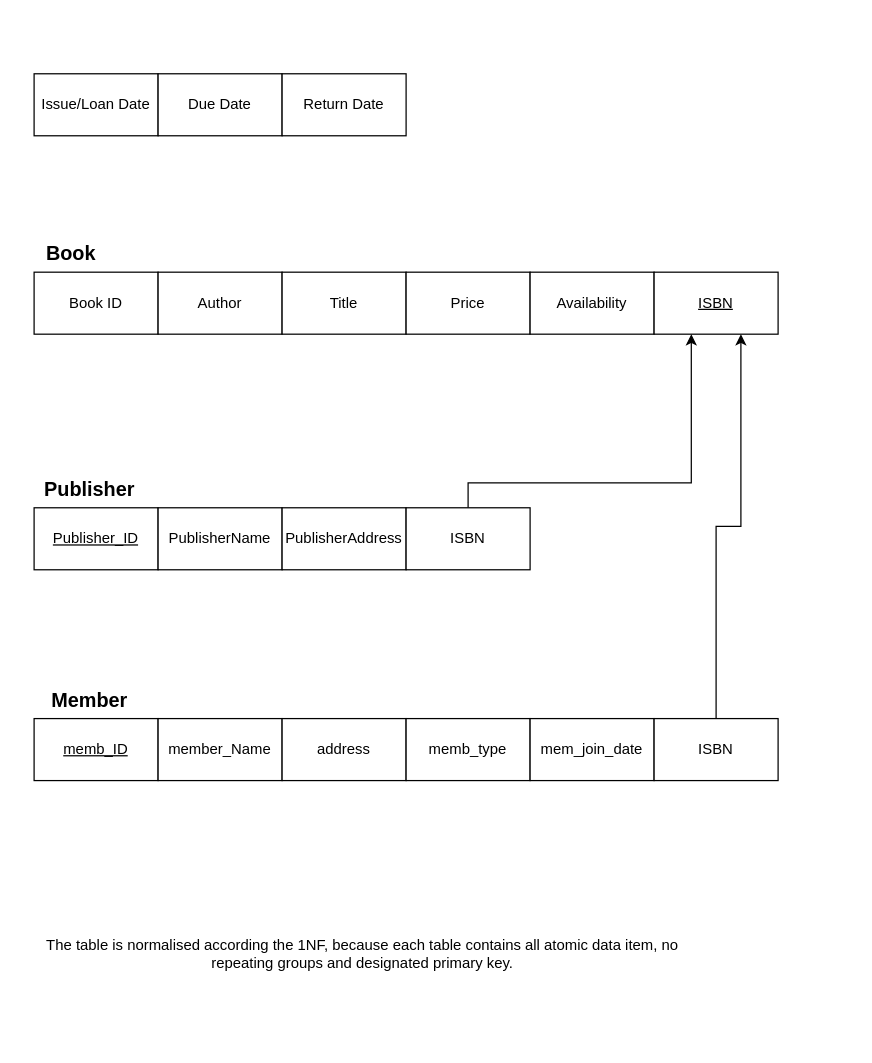
Above: Untitled Diagram.drawio in sergio-oliveira-br/Database (draw.io), before the change. Source tidied: cells renumbered, new cells numbered last; positions are measured from the earlier drawing's top-left corner, leaving out a move shared by most shapes. Both pictures are drawn from the tidied source at 124%, with x=0, y=0 at pixel (21, 73).
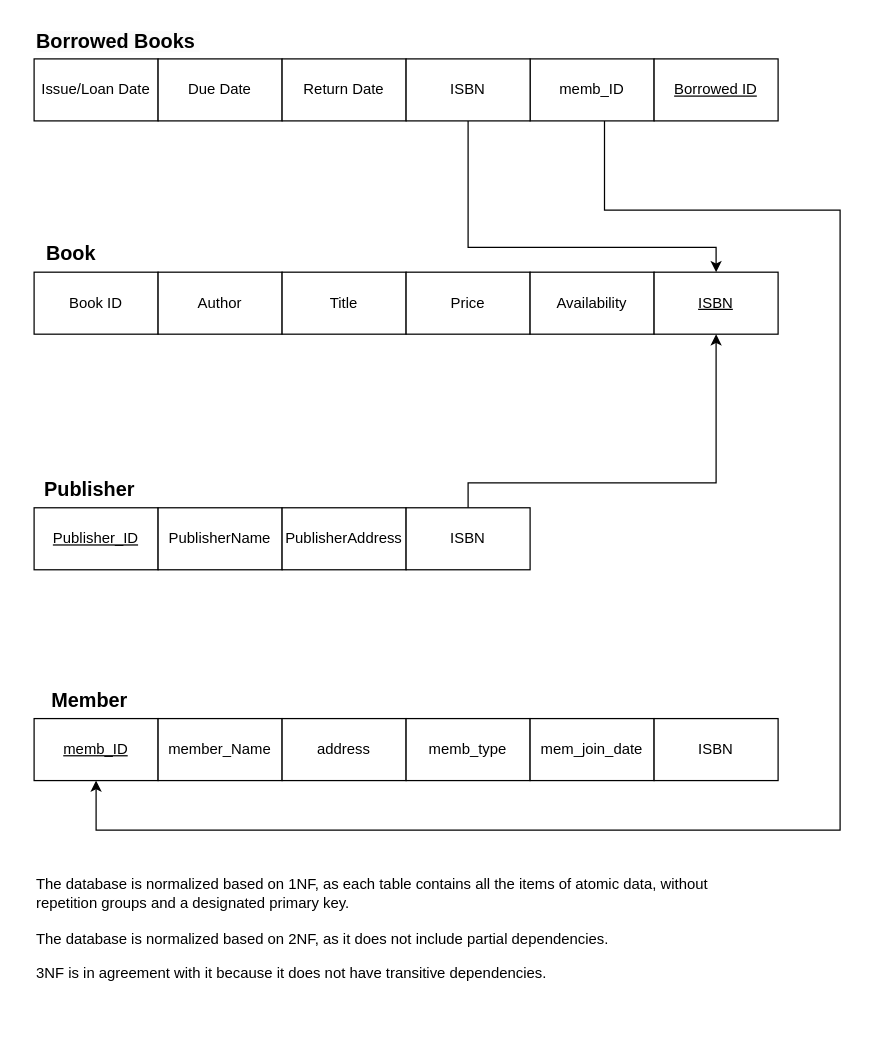
After the change.

Unchanged cells that the change refers to:
```xml
<mxCell id="7" value="ISBN" style="rounded=0;whiteSpace=wrap;html=1;fontStyle=4;" parent="1" vertex="1">
  <mxGeometry x="510" y="160" width="100" height="50" as="geometry" />
</mxCell>
<mxCell id="15" value="ISBN" style="rounded=0;whiteSpace=wrap;html=1;" parent="1" vertex="1">
  <mxGeometry x="310" y="350" width="100" height="50" as="geometry" />
</mxCell>
<mxCell id="16" value="memb_ID" style="rounded=0;whiteSpace=wrap;html=1;fontStyle=4;" parent="1" vertex="1">
  <mxGeometry x="10" y="520" width="100" height="50" as="geometry" />
</mxCell>
<mxCell id="25" value="ISBN" style="rounded=0;whiteSpace=wrap;html=1;" parent="1" vertex="1">
  <mxGeometry x="510" y="520" width="100" height="50" as="geometry" />
</mxCell>
```

The edit, as a diff of the source:
```diff
@@
     <mxCell id="14" style="edgeStyle=orthogonalEdgeStyle;rounded=0;jettySize=auto;html=1;" parent="1" edge="1" source="15" target="7">
       <mxGeometry relative="1" as="geometry">
         <Array as="points">
           <mxPoint x="360" y="330" />
-          <mxPoint x="540" y="330" />
+          <mxPoint x="560" y="330" />
         </Array>
       </mxGeometry>
     </mxCell>
@@
+    <mxCell id="27" style="edgeStyle=orthogonalEdgeStyle;rounded=0;jettySize=auto;html=1;" parent="1" edge="1" source="28" target="16">
+      <mxGeometry relative="1" as="geometry">
+        <Array as="points">
+          <mxPoint x="470" y="110" />
+          <mxPoint x="660" y="110" />
+          <mxPoint x="660" y="610" />
+          <mxPoint x="60" y="610" />
+        </Array>
+      </mxGeometry>
+    </mxCell>
@@
-    <mxCell id="21" value="Issue/Loan Date" style="rounded=0;whiteSpace=wrap;html=1;" parent="1" vertex="1">
-      <mxGeometry x="10" width="100" height="50" as="geometry" />
+    <mxCell id="21" value="Issue/Loan Date" style="rounded=0;whiteSpace=wrap;html=1;fontStyle=0;" parent="1" vertex="1">
+      <mxGeometry x="10" y="-12" width="100" height="50" as="geometry" />
     </mxCell>
     <mxCell id="22" value="Due Date" style="rounded=0;whiteSpace=wrap;html=1;" parent="1" vertex="1">
-      <mxGeometry x="110" width="100" height="50" as="geometry" />
+      <mxGeometry x="110" y="-12" width="100" height="50" as="geometry" />
     </mxCell>
     <mxCell id="23" value="Return Date" style="rounded=0;whiteSpace=wrap;html=1;" parent="1" vertex="1">
-      <mxGeometry x="210" width="100" height="50" as="geometry" />
+      <mxGeometry x="210" y="-12" width="100" height="50" as="geometry" />
     </mxCell>
-    <mxCell id="24" style="edgeStyle=orthogonalEdgeStyle;rounded=0;jettySize=auto;html=1;" parent="1" edge="1" source="25" target="7">
-      <mxGeometry relative="1" as="geometry">
-        <Array as="points">
-          <mxPoint x="560" y="365" />
-          <mxPoint x="580" y="365" />
-        </Array>
-      </mxGeometry>
-    </mxCell>
@@
-    <mxCell id="26" value="The table is normalised according the 1NF, because each table contains all atomic data item, no repeating groups and designated primary key.&lt;br&gt;" style="text;html=1;strokeColor=none;fillColor=none;align=center;verticalAlign=middle;whiteSpace=wrap;rounded=0;" parent="1" vertex="1">
-      <mxGeometry y="640" width="550" height="140" as="geometry" />
+    <mxCell id="26" value="The database is normalized based on 1NF, as each table contains all the items of atomic data, without repetition groups and a designated primary key.&lt;br&gt;&lt;br&gt;The database is normalized based on 2NF, as it does not include partial dependencies.&lt;br&gt;&lt;br&gt;3NF is in agreement with it because it does not have transitive dependencies.&amp;nbsp;" style="text;html=1;strokeColor=none;fillColor=none;align=left;verticalAlign=middle;whiteSpace=wrap;rounded=0;" parent="1" vertex="1">
+      <mxGeometry x="10" y="620" width="550" height="140" as="geometry" />
     </mxCell>
+    <mxCell id="28" value="memb_ID" style="rounded=0;whiteSpace=wrap;html=1;fontStyle=0;" parent="1" vertex="1">
+      <mxGeometry x="410" y="-12" width="100" height="50" as="geometry" />
+    </mxCell>
+    <mxCell id="29" style="edgeStyle=orthogonalEdgeStyle;rounded=0;jettySize=auto;html=1;" parent="1" edge="1" source="30" target="7">
+      <mxGeometry relative="1" as="geometry">
+        <Array as="points">
+          <mxPoint x="360" y="140" />
+          <mxPoint x="560" y="140" />
+        </Array>
+      </mxGeometry>
+    </mxCell>
+    <mxCell id="30" value="ISBN" style="rounded=0;whiteSpace=wrap;html=1;" parent="1" vertex="1">
+      <mxGeometry x="310" y="-12" width="100" height="50" as="geometry" />
+    </mxCell>
+    <mxCell id="31" value="Borrowed ID" style="rounded=0;whiteSpace=wrap;html=1;fontStyle=4;" parent="1" vertex="1">
+      <mxGeometry x="510" y="-12" width="100" height="50" as="geometry" />
+    </mxCell>
+    <mxCell id="32" value="&lt;span style=&quot;caret-color: rgb(0, 0, 0); color: rgb(0, 0, 0); font-family: Helvetica; font-size: 16px; font-style: normal; font-variant-caps: normal; font-weight: 700; letter-spacing: normal; text-align: center; text-indent: 0px; text-transform: none; word-spacing: 0px; -webkit-text-stroke-width: 0px; background-color: rgb(251, 251, 251); text-decoration: none; float: none; display: inline !important;&quot;&gt;Borrowed Books&amp;nbsp;&lt;/span&gt;" style="text;whiteSpace=wrap;html=1;" parent="1" vertex="1">
+      <mxGeometry x="10" y="-42" width="211" height="40" as="geometry" />
+    </mxCell>
```
